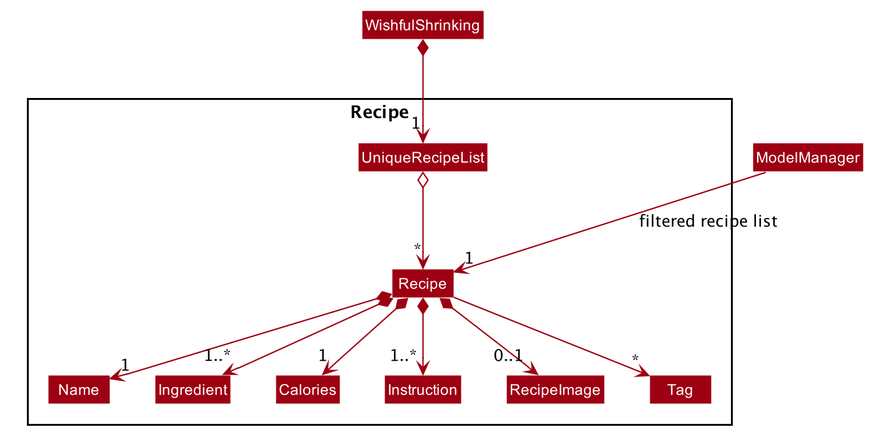
Above: docs/images/ModelClass_Recipe.png in nus-cs2103-AY2021S1/tp (PlantUML), before the change.
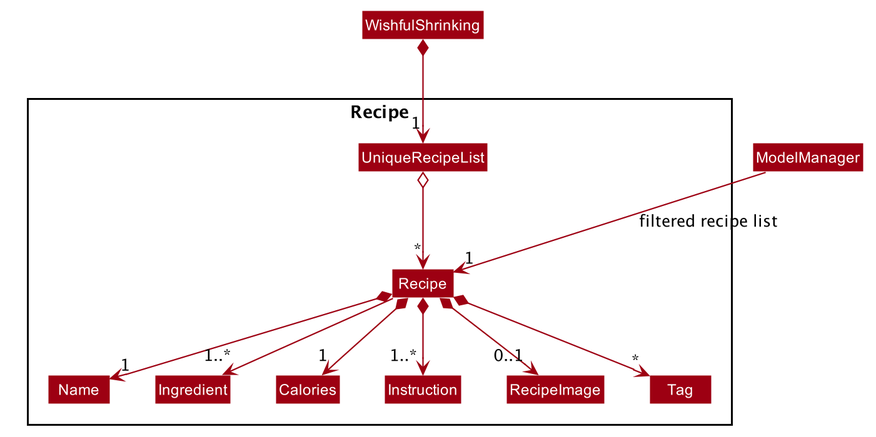
The same file after the commit.

Change to the diagram source:
```diff
@@ -69,11 +69,11 @@
 WishfulShrinking *--> "1" UniqueRecipeList
 UniqueRecipeList o--> "*" Recipe
 Recipe *--> "1" Name
-Recipe *--> "1..*" Ingredient
+Recipe --> "1..*" Ingredient
 Recipe *--> "1" Calories
 Recipe *--> "1..*" Instruction
 Recipe *--> "0..1" RecipeImage
-Recipe --> "*" Tag
+Recipe *--> "*" Tag
 
 Name -[hidden]right-> Ingredient
 Ingredient -[hidden]right-> Calories
```
